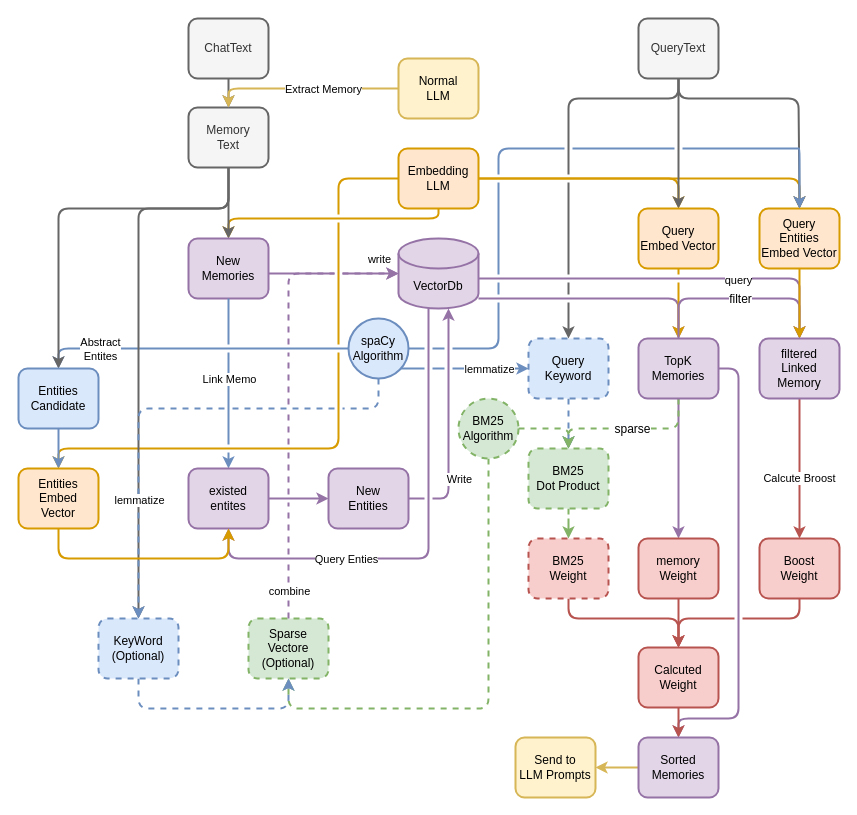
Chrischenny/drawio keeps this draw.io diagram as mem0思维链.drawio. Above is the earlier version. Source tidied: cells renumbered, new cells numbered last; positions are measured from the earlier drawing's top-left corner, leaving out a move shared by most shapes. Both pictures are drawn from the tidied source at 100%, with x=0, y=0 at pixel (18, 18).
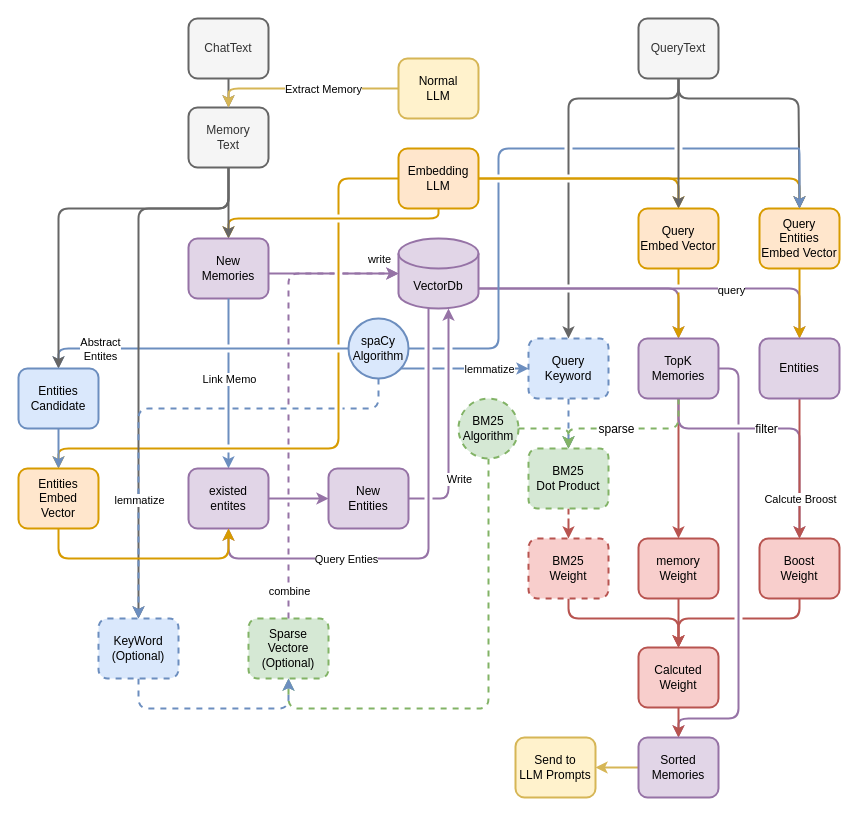
After the change.

Commit message (it also covers changes not shown here):
更新mem0思维链.drawio

The change refers to these unchanged cells:
```xml
<mxCell id="38" value="VectorDb" style="shape=cylinder3;whiteSpace=wrap;html=1;boundedLbl=1;backgroundOutline=1;size=15;fillColor=#e1d5e7;strokeColor=#9673a6;strokeWidth=2;" parent="1" vertex="1">
  <mxGeometry x="380" y="220" width="80" height="70" as="geometry" />
</mxCell>
<mxCell id="55" style="edgeStyle=orthogonalEdgeStyle;rounded=1;jettySize=auto;html=1;entryX=0.5;entryY=0;entryDx=0;entryDy=0;curved=0;fillColor=#d5e8d4;strokeColor=#82b366;strokeWidth=2;dashed=1;" parent="1" edge="1" source="58" target="65">
  <mxGeometry relative="1" as="geometry">
    <Array as="points">
      <mxPoint x="660" y="410" />
      <mxPoint x="550" y="410" />
    </Array>
  </mxGeometry>
</mxCell>
<mxCell id="58" value="TopK&lt;div&gt;Memories&lt;/div&gt;" style="rounded=1;whiteSpace=wrap;html=1;fillColor=#e1d5e7;strokeColor=#9673a6;strokeWidth=2;" parent="1" vertex="1">
  <mxGeometry x="620" y="320" width="80" height="60" as="geometry" />
</mxCell>
<mxCell id="61" style="edgeStyle=orthogonalEdgeStyle;rounded=0;jettySize=auto;html=1;entryX=0.5;entryY=0;entryDx=0;entryDy=0;fillColor=#f8cecc;strokeColor=#b85450;strokeWidth=2;" parent="1" edge="1" source="63" target="72">
  <mxGeometry relative="1" as="geometry" />
</mxCell>
<mxCell id="65" value="BM25&lt;div&gt;Dot Product&lt;/div&gt;" style="rounded=1;whiteSpace=wrap;html=1;fillColor=#d5e8d4;strokeColor=#82b366;strokeWidth=2;dashed=1;" parent="1" vertex="1">
  <mxGeometry x="510" y="430" width="80" height="60" as="geometry" />
</mxCell>
<mxCell id="72" value="&lt;div&gt;Boost&lt;/div&gt;&lt;div&gt;Weight&lt;/div&gt;" style="rounded=1;whiteSpace=wrap;html=1;fillColor=#f8cecc;strokeColor=#b85450;strokeWidth=2;" parent="1" vertex="1">
  <mxGeometry x="741" y="520" width="80" height="60" as="geometry" />
</mxCell>
<mxCell id="81" value="BM25&lt;div&gt;Weight&lt;/div&gt;" style="rounded=1;whiteSpace=wrap;html=1;fillColor=#f8cecc;strokeColor=#b85450;strokeWidth=2;dashed=1;" parent="1" vertex="1">
  <mxGeometry x="510" y="520" width="80" height="60" as="geometry" />
</mxCell>
<mxCell id="83" value="memory&lt;div&gt;Weight&lt;/div&gt;" style="rounded=1;whiteSpace=wrap;html=1;fillColor=#f8cecc;strokeColor=#b85450;strokeWidth=2;" parent="1" vertex="1">
  <mxGeometry x="620" y="520" width="80" height="60" as="geometry" />
</mxCell>
```

The edit, as a diff of the source:
```diff
@@
     <mxCell id="35" style="edgeStyle=orthogonalEdgeStyle;rounded=1;jettySize=auto;html=1;entryX=0.5;entryY=0;entryDx=0;entryDy=0;curved=0;fillColor=#e1d5e7;strokeColor=#9673a6;strokeWidth=2;" parent="1" edge="1" source="38" target="58">
       <mxGeometry relative="1" as="geometry">
         <Array as="points">
-          <mxPoint x="660" y="280" />
+          <mxPoint x="660" y="270" />
         </Array>
       </mxGeometry>
     </mxCell>
     <mxCell id="36" style="edgeStyle=orthogonalEdgeStyle;rounded=1;jettySize=auto;html=1;entryX=0.5;entryY=0;entryDx=0;entryDy=0;curved=0;jumpStyle=gap;fillColor=#e1d5e7;strokeColor=#9673a6;strokeWidth=2;" parent="1" edge="1" source="38">
       <mxGeometry relative="1" as="geometry">
         <mxPoint x="781" y="320" as="targetPoint" />
         <Array as="points">
-          <mxPoint x="781" y="260" />
+          <mxPoint x="781" y="270" />
         </Array>
       </mxGeometry>
     </mxCell>
@@
-    <mxCell id="52" style="edgeStyle=orthogonalEdgeStyle;rounded=0;jettySize=auto;html=1;entryX=0.5;entryY=0;entryDx=0;entryDy=0;fillColor=#e1d5e7;strokeColor=#9673a6;strokeWidth=2;" parent="1" edge="1" source="58" target="83">
-      <mxGeometry relative="1" as="geometry" />
+    <mxCell id="52" style="edgeStyle=orthogonalEdgeStyle;rounded=0;jettySize=auto;html=1;entryX=0.5;entryY=0;entryDx=0;entryDy=0;fillColor=#f8cecc;strokeColor=#b85450;strokeWidth=2;" parent="1" edge="1" source="58" target="83">
+      <mxGeometry relative="1" as="geometry">
+        <Array as="points">
+          <mxPoint x="660" y="460" />
+          <mxPoint x="660" y="460" />
+        </Array>
+      </mxGeometry>
     </mxCell>
-    <mxCell id="53" style="edgeStyle=orthogonalEdgeStyle;rounded=1;jettySize=auto;html=1;entryX=0.5;entryY=0;entryDx=0;entryDy=0;curved=0;fillColor=#e1d5e7;strokeColor=#9673a6;strokeWidth=2;" parent="1" edge="1" source="58" target="63">
+    <mxCell id="53" style="edgeStyle=orthogonalEdgeStyle;rounded=1;jettySize=auto;html=1;entryX=0.5;entryY=0;entryDx=0;entryDy=0;curved=0;fillColor=#e1d5e7;strokeColor=#9673a6;strokeWidth=2;" parent="1" edge="1" source="58" target="72">
       <mxGeometry relative="1" as="geometry">
         <Array as="points">
-          <mxPoint x="660" y="280" />
-          <mxPoint x="781" y="280" />
-          <mxPoint x="781" y="320" />
+          <mxPoint x="660" y="410" />
+          <mxPoint x="781" y="410" />
         </Array>
       </mxGeometry>
     </mxCell>
     <mxCell id="54" value="filter" style="edgeLabel;html=1;align=center;verticalAlign=middle;fontSize=12;" parent="53" vertex="1">
       <mxGeometry x="0.06" relative="1" as="geometry">
-        <mxPoint x="-6" as="offset" />
+        <mxPoint x="-21" as="offset" />
       </mxGeometry>
     </mxCell>
@@
     <mxCell id="56" value="sparse" style="edgeLabel;html=1;align=center;verticalAlign=middle;fontSize=12;" parent="55" vertex="1">
       <mxGeometry x="0.11" relative="1" as="geometry">
-        <mxPoint x="12" as="offset" />
+        <mxPoint x="-4" as="offset" />
       </mxGeometry>
     </mxCell>
@@
     <mxCell id="62" value="Calcute Broost" style="edgeLabel;html=1;align=center;verticalAlign=middle;" parent="61" vertex="1">
-      <mxGeometry x="0.13" y="-1" relative="1" as="geometry" />
+      <mxGeometry x="0.13" y="-1" relative="1" as="geometry">
+        <mxPoint x="1" y="21" as="offset" />
+      </mxGeometry>
     </mxCell>
-    <mxCell id="63" value="&lt;div&gt;filtered&lt;/div&gt;&lt;div&gt;Linked&lt;/div&gt;&lt;div&gt;Memory&lt;/div&gt;" style="rounded=1;whiteSpace=wrap;html=1;fillColor=#e1d5e7;strokeColor=#9673a6;strokeWidth=2;" parent="1" vertex="1">
+    <mxCell id="63" value="Entities" style="rounded=1;whiteSpace=wrap;html=1;fillColor=#e1d5e7;strokeColor=#9673a6;strokeWidth=2;" parent="1" vertex="1">
       <mxGeometry x="741" y="320" width="80" height="60" as="geometry" />
     </mxCell>
-    <mxCell id="64" style="edgeStyle=orthogonalEdgeStyle;rounded=0;jettySize=auto;html=1;entryX=0.5;entryY=0;entryDx=0;entryDy=0;fillColor=#d5e8d4;strokeColor=#82b366;dashed=1;strokeWidth=2;" parent="1" edge="1" source="65" target="81">
+    <mxCell id="64" style="edgeStyle=orthogonalEdgeStyle;rounded=0;jettySize=auto;html=1;entryX=0.5;entryY=0;entryDx=0;entryDy=0;fillColor=#f8cecc;strokeColor=#b85450;dashed=1;strokeWidth=2;" parent="1" edge="1" source="65" target="81">
       <mxGeometry relative="1" as="geometry" />
     </mxCell>
```
